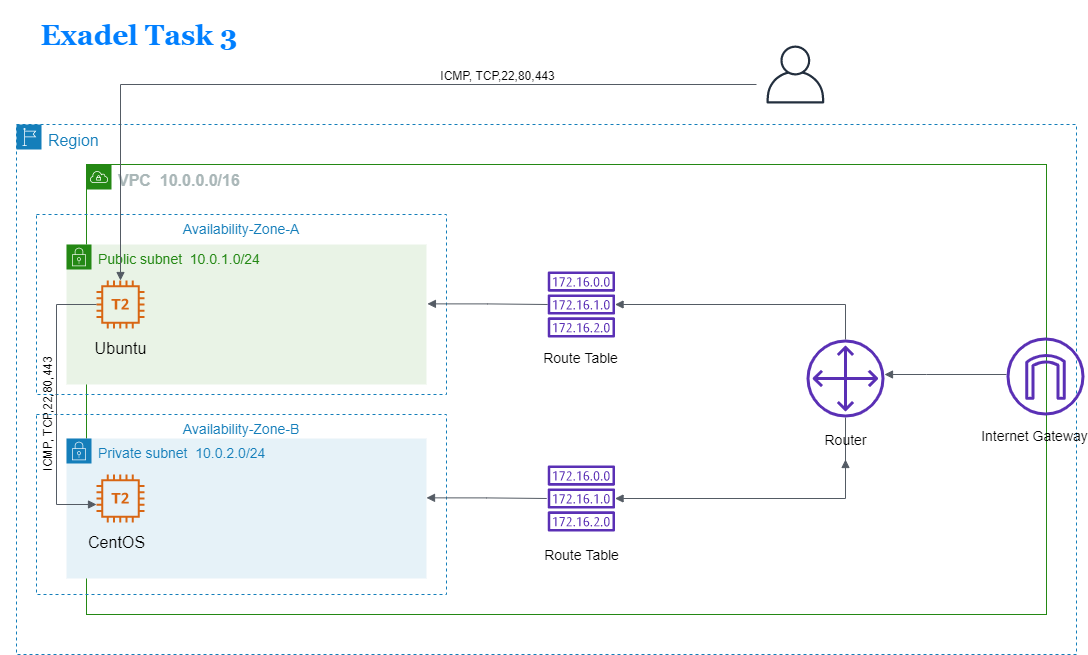
This is Task3/img/Task3-diagram.png from islommuhammad/Exadel-Tasks, a draw.io export, as it was before one commit. Source tidied: cells renumbered, new cells last; positions are measured from the earlier drawing's top-left corner, leaving out a move shared by most shapes.
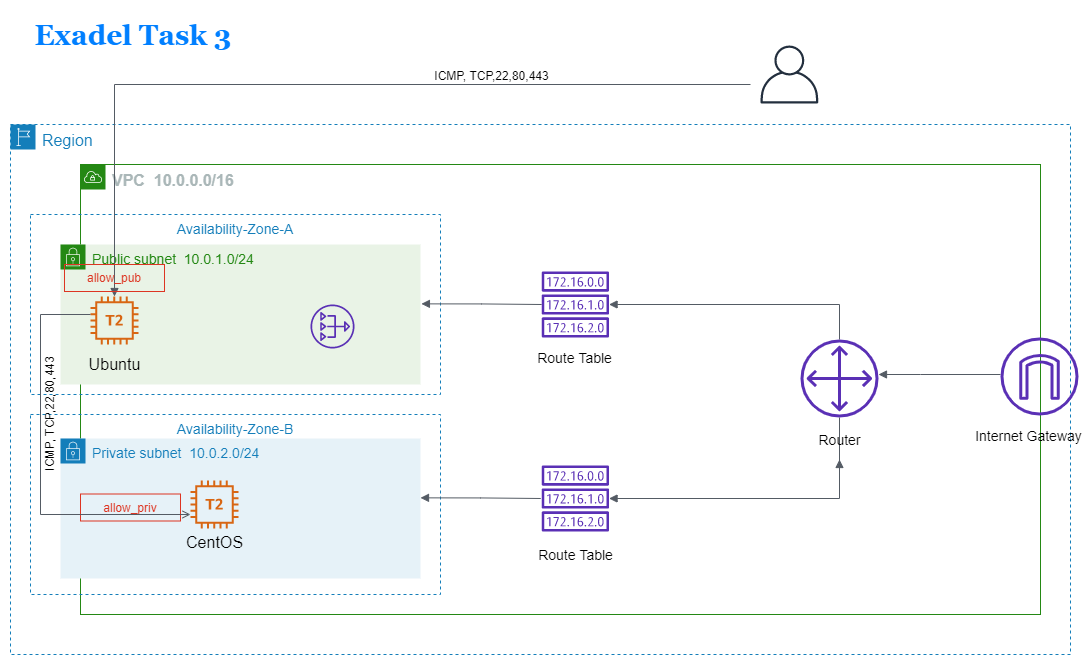
Above is the later version.

The edit, as a diff of the source:
```diff
@@ -21,16 +21,16 @@
       <mxGeometry x="70" y="413" width="360" height="140" as="geometry" />
     </mxCell>
     <mxCell id="8" style="outlineConnect=0;fontColor=#232F3E;gradientColor=none;fillColor=#D86613;strokeColor=none;dashed=0;verticalLabelPosition=bottom;verticalAlign=top;align=center;html=1;fontSize=12;fontStyle=0;shape=mxgraph.aws4.t2_instance;" parent="1" vertex="1">
-      <mxGeometry x="100" y="255" width="48" height="48" as="geometry" />
+      <mxGeometry x="100" y="271" width="48" height="48" as="geometry" />
     </mxCell>
     <mxCell id="9" style="fontColor=#232F3E;gradientColor=none;fillColor=#D86613;strokeColor=none;dashed=0;verticalLabelPosition=bottom;verticalAlign=top;align=center;html=1;fontSize=12;fontStyle=0;shape=mxgraph.aws4.t2_instance;" parent="1" vertex="1">
-      <mxGeometry x="100" y="449" width="48" height="48" as="geometry" />
+      <mxGeometry x="200" y="455" width="48" height="48" as="geometry" />
     </mxCell>
     <mxCell id="10" value="&lt;h6&gt;&lt;span style=&quot;font-weight: normal&quot;&gt;Ubuntu&lt;/span&gt;&lt;/h6&gt;" style="text;strokeColor=none;fillColor=none;html=1;fontSize=24;fontStyle=1;verticalAlign=middle;align=center;" parent="1" vertex="1">
-      <mxGeometry x="74" y="303" width="100" height="40" as="geometry" />
+      <mxGeometry x="74" y="319" width="100" height="40" as="geometry" />
     </mxCell>
     <mxCell id="11" value="&lt;h6&gt;&lt;span style=&quot;font-weight: normal&quot;&gt;CentOS&lt;/span&gt;&lt;/h6&gt;" style="text;strokeColor=none;fillColor=none;html=1;fontSize=24;fontStyle=1;verticalAlign=middle;align=center;" parent="1" vertex="1">
-      <mxGeometry x="70" y="497" width="100" height="40" as="geometry" />
+      <mxGeometry x="174" y="496.5" width="100" height="40" as="geometry" />
     </mxCell>
     <mxCell id="12" style="outlineConnect=0;fontColor=#232F3E;gradientColor=none;fillColor=#5A30B5;strokeColor=none;dashed=0;verticalLabelPosition=bottom;verticalAlign=top;align=center;html=1;fontSize=12;fontStyle=0;shape=mxgraph.aws4.route_table;" parent="1" vertex="1">
       <mxGeometry x="551" y="246" width="67.7" height="66" as="geometry" />
@@ -97,19 +97,8 @@
     <mxCell id="25" value="&lt;h6&gt;&lt;span style=&quot;font-weight: normal&quot;&gt;&lt;font style=&quot;font-size: 14px&quot;&gt;Internet Gateway&lt;/font&gt;&lt;/span&gt;&lt;/h6&gt;" style="text;strokeColor=none;fillColor=none;html=1;fontSize=24;fontStyle=1;verticalAlign=middle;align=center;" parent="1" vertex="1">
       <mxGeometry x="988" y="390" width="100" height="40" as="geometry" />
     </mxCell>
-    <mxCell id="26" style="edgeStyle=orthogonalEdgeStyle;html=1;endArrow=block;elbow=vertical;startArrow=none;endFill=1;strokeColor=#545B64;rounded=0;fontSize=14;" parent="1" edge="1">
-      <mxGeometry relative="1" as="geometry">
-        <mxPoint x="100" y="279" as="sourcePoint" />
-        <mxPoint x="100" y="479" as="targetPoint" />
-        <Array as="points">
-          <mxPoint x="100" y="279" />
-          <mxPoint x="60" y="279" />
-          <mxPoint x="60" y="479" />
-        </Array>
-      </mxGeometry>
-    </mxCell>
     <mxCell id="27" value="&lt;h6&gt;&lt;span style=&quot;font-weight: normal&quot;&gt;&lt;font style=&quot;font-size: 12px&quot;&gt;ICMP, TCP,22,80,443&lt;/font&gt;&lt;/span&gt;&lt;/h6&gt;" style="text;strokeColor=none;fillColor=none;html=1;fontSize=24;fontStyle=1;verticalAlign=middle;align=center;rotation=-90;" parent="1" vertex="1">
-      <mxGeometry y="369" width="100" height="40" as="geometry" />
+      <mxGeometry x="8" y="369" width="100" height="40" as="geometry" />
     </mxCell>
     <mxCell id="28" style="fontColor=#232F3E;gradientColor=none;fillColor=#232F3E;strokeColor=none;dashed=0;verticalLabelPosition=bottom;verticalAlign=top;align=center;html=1;fontSize=12;fontStyle=0;shape=mxgraph.aws4.user;" parent="1" vertex="1">
       <mxGeometry x="770" y="20" width="58" height="58" as="geometry" />
@@ -128,5 +117,23 @@
     <mxCell id="31" value="&lt;h1&gt;&lt;font face=&quot;Georgia&quot; color=&quot;#007fff&quot;&gt;Exadel Task 3&lt;/font&gt;&lt;/h1&gt;" style="text;html=1;strokeColor=none;fillColor=none;align=center;verticalAlign=middle;whiteSpace=wrap;rounded=0;fontSize=14;" parent="1" vertex="1">
       <mxGeometry x="10" width="266" height="20" as="geometry" />
     </mxCell>
+    <mxCell id="32" style="fontColor=#232F3E;gradientColor=none;fillColor=#5A30B5;strokeColor=none;dashed=0;verticalLabelPosition=bottom;verticalAlign=top;align=center;html=1;fontSize=12;fontStyle=0;shape=mxgraph.aws4.nat_gateway;" parent="1" vertex="1">
+      <mxGeometry x="320" y="279" width="44" height="44" as="geometry" />
+    </mxCell>
+    <mxCell id="33" value="allow_priv" style="fillColor=none;strokeColor=#DD3522;verticalAlign=top;fontStyle=0;fontColor=#DD3522;" parent="1" vertex="1">
+      <mxGeometry x="90" y="468.5" width="100" height="27" as="geometry" />
+    </mxCell>
+    <mxCell id="34" style="edgeStyle=orthogonalEdgeStyle;html=1;endArrow=open;elbow=vertical;startArrow=none;endFill=0;strokeColor=#545B64;rounded=0;" parent="1" edge="1" source="8">
+      <mxGeometry relative="1" as="geometry">
+        <mxPoint x="200" y="489" as="targetPoint" />
+        <Array as="points">
+          <mxPoint x="50" y="289" />
+          <mxPoint x="50" y="489" />
+        </Array>
+      </mxGeometry>
+    </mxCell>
+    <mxCell id="35" value="allow_pub" style="fillColor=none;strokeColor=#DD3522;verticalAlign=top;fontStyle=0;fontColor=#DD3522;" parent="1" vertex="1">
+      <mxGeometry x="74" y="239" width="100" height="27" as="geometry" />
+    </mxCell>
   </root>
 </mxGraphModel>
```
